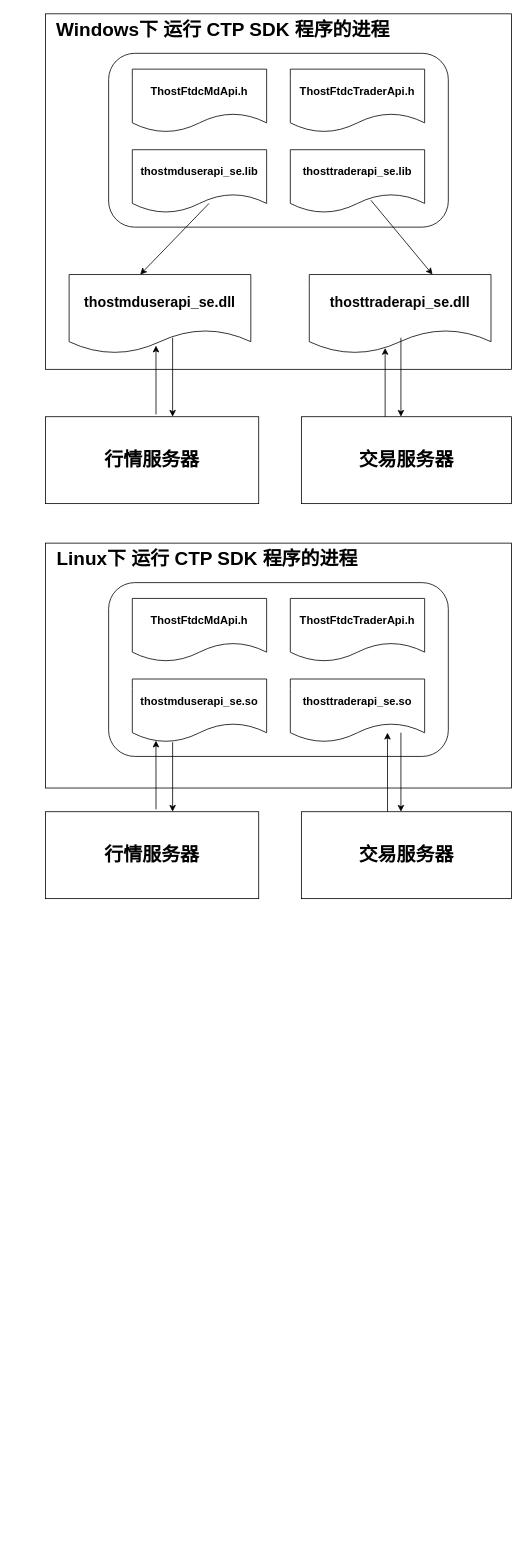
qinyuLT/Amadeus keeps this draw.io diagram as page "第 1 页" (1 of 2) of Untitled Diagram.drawio. Above is the earlier version. Source tidied: cells renumbered, new cells numbered last; positions are measured from the earlier drawing's top-left corner, leaving out a move shared by most shapes. Both pictures are drawn from the tidied source at 79%, with x=0, y=0 at pixel (29, 13).
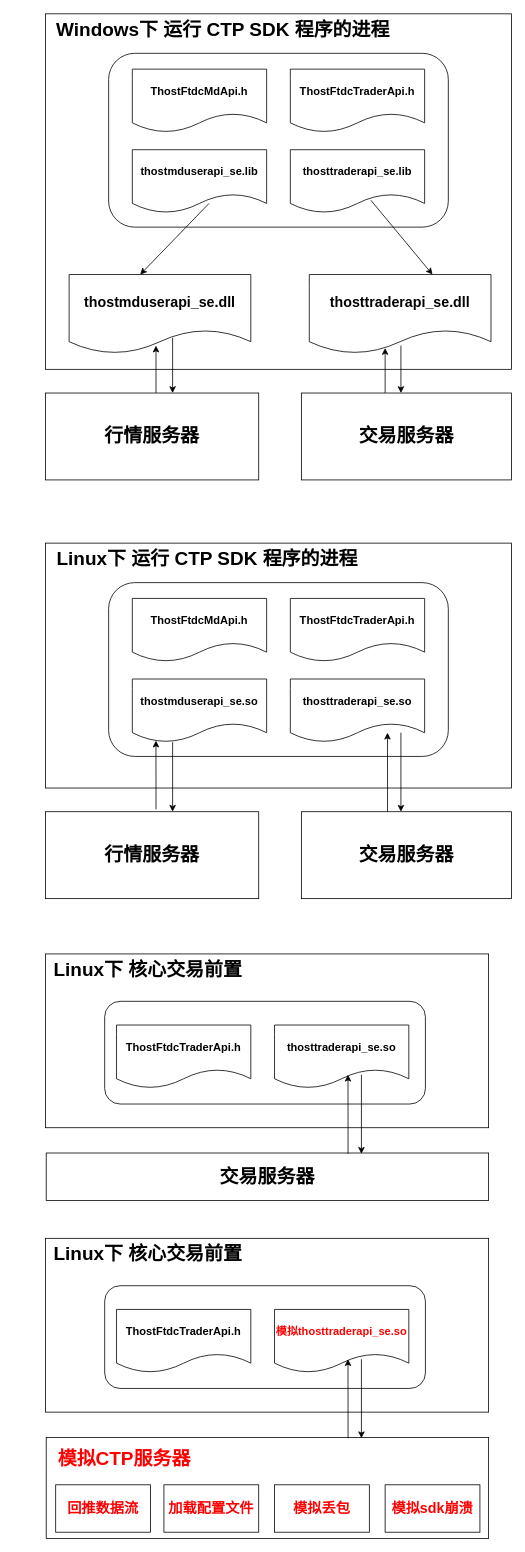
After the change.

The change refers to these unchanged cells:
```xml
<mxCell id="8" value="&lt;font style=&quot;font-size: 18px&quot;&gt;&lt;b&gt;thostmduserapi_se.dll&lt;/b&gt;&lt;/font&gt;" style="shape=document;whiteSpace=wrap;html=1;boundedLbl=1;" parent="1" vertex="1">
  <mxGeometry x="50" y="330" width="230" height="100" as="geometry" />
</mxCell>
```

Change to the diagram source:
```diff
@@
     <mxCell id="12" value="&lt;b&gt;&lt;font style=&quot;font-size: 24px&quot;&gt;行情服务器&lt;/font&gt;&lt;/b&gt;" style="rounded=0;whiteSpace=wrap;html=1;" parent="1" vertex="1">
-      <mxGeometry x="20" y="510" width="270" height="110" as="geometry" />
+      <mxGeometry x="20" y="480" width="270" height="110" as="geometry" />
     </mxCell>
     <mxCell id="13" value="&lt;b&gt;&lt;font style=&quot;font-size: 24px&quot;&gt;交易服务器&lt;/font&gt;&lt;/b&gt;" style="rounded=0;whiteSpace=wrap;html=1;" parent="1" vertex="1">
-      <mxGeometry x="344" y="510" width="266" height="110" as="geometry" />
+      <mxGeometry x="344" y="480" width="266" height="110" as="geometry" />
     </mxCell>
     <mxCell id="14" style="endArrow=classic;html=1;entryX=0.478;entryY=0.9;entryDx=0;entryDy=0;entryPerimeter=0;" parent="1" edge="1" target="8">
       <mxGeometry relative="1" as="geometry">
-        <mxPoint x="160" y="507" as="sourcePoint" />
+        <mxPoint x="160" y="480" as="sourcePoint" />
       </mxGeometry>
     </mxCell>
-    <mxCell id="15" style="endArrow=classic;html=1;entryX=0.478;entryY=0.9;entryDx=0;entryDy=0;entryPerimeter=0;exitX=0.458;exitY=-0.027;exitDx=0;exitDy=0;exitPerimeter=0;" parent="1" edge="1">
+    <mxCell id="15" style="endArrow=classic;html=1;entryX=0.478;entryY=0.9;entryDx=0;entryDy=0;entryPerimeter=0;" parent="1" edge="1">
       <mxGeometry relative="1" as="geometry">
-        <mxPoint x="450" y="510" as="sourcePoint" />
+        <mxPoint x="450" y="480" as="sourcePoint" />
         <mxPoint x="450" y="423" as="targetPoint" />
       </mxGeometry>
     </mxCell>
     <mxCell id="16" style="endArrow=classic;html=1;" parent="1" edge="1">
       <mxGeometry relative="1" as="geometry">
         <mxPoint x="181" y="410" as="sourcePoint" />
-        <mxPoint x="181" y="510" as="targetPoint" />
+        <mxPoint x="181" y="480" as="targetPoint" />
       </mxGeometry>
     </mxCell>
     <mxCell id="17" style="endArrow=classic;html=1;" parent="1" edge="1">
       <mxGeometry relative="1" as="geometry">
-        <mxPoint x="470" y="410" as="sourcePoint" />
-        <mxPoint x="470" y="510" as="targetPoint" />
+        <mxPoint x="470" y="420" as="sourcePoint" />
+        <mxPoint x="470" y="480" as="targetPoint" />
       </mxGeometry>
     </mxCell>
@@
+    <mxCell id="32" style="rounded=0;whiteSpace=wrap;html=1;" parent="1" vertex="1">
+      <mxGeometry x="20" y="1190" width="561" height="220" as="geometry" />
+    </mxCell>
+    <mxCell id="33" style="rounded=1;whiteSpace=wrap;html=1;" parent="1" vertex="1">
+      <mxGeometry x="95" y="1250" width="406" height="130" as="geometry" />
+    </mxCell>
+    <mxCell id="34" value="&lt;b&gt;&lt;font style=&quot;font-size: 14px&quot;&gt;ThostFtdcTraderApi.h&lt;/font&gt;&lt;/b&gt;" style="shape=document;whiteSpace=wrap;html=1;boundedLbl=1;" parent="1" vertex="1">
+      <mxGeometry x="110" y="1280" width="170" height="80" as="geometry" />
+    </mxCell>
+    <mxCell id="35" value="&lt;span style=&quot;font-size: 14px&quot;&gt;&lt;b&gt;thosttraderapi_se.so&lt;/b&gt;&lt;/span&gt;" style="shape=document;whiteSpace=wrap;html=1;boundedLbl=1;" parent="1" vertex="1">
+      <mxGeometry x="310" y="1280" width="170" height="80" as="geometry" />
+    </mxCell>
+    <mxCell id="36" value="&lt;b&gt;&lt;font style=&quot;font-size: 24px&quot;&gt;交易服务器&lt;/font&gt;&lt;/b&gt;" style="rounded=0;whiteSpace=wrap;html=1;" parent="1" vertex="1">
+      <mxGeometry x="21" y="1442" width="560" height="60" as="geometry" />
+    </mxCell>
+    <mxCell id="37" style="endArrow=classic;html=1;exitX=0.41;exitY=0;exitDx=0;exitDy=0;exitPerimeter=0;" parent="1" edge="1">
+      <mxGeometry relative="1" as="geometry">
+        <mxPoint x="403.1" y="1443" as="sourcePoint" />
+        <mxPoint x="403" y="1343" as="targetPoint" />
+      </mxGeometry>
+    </mxCell>
+    <mxCell id="38" style="endArrow=classic;html=1;" parent="1" edge="1">
+      <mxGeometry relative="1" as="geometry">
+        <mxPoint x="420" y="1343" as="sourcePoint" />
+        <mxPoint x="420" y="1443" as="targetPoint" />
+      </mxGeometry>
+    </mxCell>
+    <mxCell id="39" value="&lt;b&gt;&lt;font style=&quot;font-size: 24px&quot;&gt;Linux下 核心交易前置&lt;/font&gt;&lt;/b&gt;" style="text;html=1;strokeColor=none;fillColor=none;align=center;verticalAlign=middle;whiteSpace=wrap;rounded=0;" parent="1" vertex="1">
+      <mxGeometry x="10" y="1200" width="280" height="20" as="geometry" />
+    </mxCell>
+    <mxCell id="40" style="rounded=0;whiteSpace=wrap;html=1;" parent="1" vertex="1">
+      <mxGeometry x="20" y="1550" width="561" height="220" as="geometry" />
+    </mxCell>
+    <mxCell id="41" style="rounded=1;whiteSpace=wrap;html=1;" parent="1" vertex="1">
+      <mxGeometry x="95" y="1610" width="406" height="130" as="geometry" />
+    </mxCell>
+    <mxCell id="42" value="&lt;b&gt;&lt;font style=&quot;font-size: 14px&quot;&gt;ThostFtdcTraderApi.h&lt;/font&gt;&lt;/b&gt;" style="shape=document;whiteSpace=wrap;html=1;boundedLbl=1;" parent="1" vertex="1">
+      <mxGeometry x="110" y="1640" width="170" height="80" as="geometry" />
+    </mxCell>
+    <mxCell id="43" value="&lt;span style=&quot;font-size: 14px&quot;&gt;&lt;b&gt;&lt;font color=&quot;#ff0000&quot;&gt;模拟thosttraderapi_se.so&lt;/font&gt;&lt;/b&gt;&lt;/span&gt;" style="shape=document;whiteSpace=wrap;html=1;boundedLbl=1;" parent="1" vertex="1">
+      <mxGeometry x="310" y="1640" width="170" height="80" as="geometry" />
+    </mxCell>
+    <mxCell id="44" style="rounded=0;whiteSpace=wrap;html=1;" parent="1" vertex="1">
+      <mxGeometry x="21" y="1802" width="560" height="128" as="geometry" />
+    </mxCell>
+    <mxCell id="45" style="endArrow=classic;html=1;exitX=0.41;exitY=0;exitDx=0;exitDy=0;exitPerimeter=0;" parent="1" edge="1">
+      <mxGeometry relative="1" as="geometry">
+        <mxPoint x="403.1" y="1803" as="sourcePoint" />
+        <mxPoint x="403" y="1703" as="targetPoint" />
+      </mxGeometry>
+    </mxCell>
+    <mxCell id="46" style="endArrow=classic;html=1;" parent="1" edge="1">
+      <mxGeometry relative="1" as="geometry">
+        <mxPoint x="420" y="1703" as="sourcePoint" />
+        <mxPoint x="420" y="1803" as="targetPoint" />
+      </mxGeometry>
+    </mxCell>
+    <mxCell id="47" value="&lt;b&gt;&lt;font style=&quot;font-size: 24px&quot;&gt;Linux下 核心交易前置&lt;/font&gt;&lt;/b&gt;" style="text;html=1;strokeColor=none;fillColor=none;align=center;verticalAlign=middle;whiteSpace=wrap;rounded=0;" parent="1" vertex="1">
+      <mxGeometry x="10" y="1560" width="280" height="20" as="geometry" />
+    </mxCell>
+    <mxCell id="48" value="&lt;b&gt;&lt;font color=&quot;#ff0000&quot; style=&quot;font-size: 18px&quot;&gt;回推&lt;/font&gt;&lt;/b&gt;&lt;b&gt;&lt;font style=&quot;font-size: 18px&quot; color=&quot;#ff0000&quot;&gt;数据流&lt;/font&gt;&lt;/b&gt;" style="rounded=0;whiteSpace=wrap;html=1;" parent="1" vertex="1">
+      <mxGeometry x="33" y="1862" width="120" height="60" as="geometry" />
+    </mxCell>
+    <mxCell id="49" value="&lt;b&gt;&lt;font style=&quot;font-size: 18px&quot; color=&quot;#ff0000&quot;&gt;加载配置文件&lt;/font&gt;&lt;/b&gt;" style="rounded=0;whiteSpace=wrap;html=1;" parent="1" vertex="1">
+      <mxGeometry x="170" y="1862" width="120" height="60" as="geometry" />
+    </mxCell>
+    <mxCell id="50" value="&lt;b&gt;&lt;font style=&quot;font-size: 24px&quot;&gt;模拟CTP服务器&lt;/font&gt;&lt;/b&gt;" style="text;html=1;strokeColor=none;fillColor=none;align=center;verticalAlign=middle;whiteSpace=wrap;rounded=0;fontColor=#FF0000;" parent="1" vertex="1">
+      <mxGeometry x="-20" y="1820" width="280" height="20" as="geometry" />
+    </mxCell>
+    <mxCell id="51" value="&lt;b&gt;&lt;font style=&quot;font-size: 18px&quot; color=&quot;#ff0000&quot;&gt;模拟丢包&lt;/font&gt;&lt;/b&gt;" style="rounded=0;whiteSpace=wrap;html=1;" parent="1" vertex="1">
+      <mxGeometry x="310" y="1862" width="120" height="60" as="geometry" />
+    </mxCell>
+    <mxCell id="52" value="&lt;b&gt;&lt;font style=&quot;font-size: 18px&quot; color=&quot;#ff0000&quot;&gt;模拟sdk崩溃&lt;/font&gt;&lt;/b&gt;" style="rounded=0;whiteSpace=wrap;html=1;" parent="1" vertex="1">
+      <mxGeometry x="450" y="1862" width="120" height="60" as="geometry" />
+    </mxCell>
```
